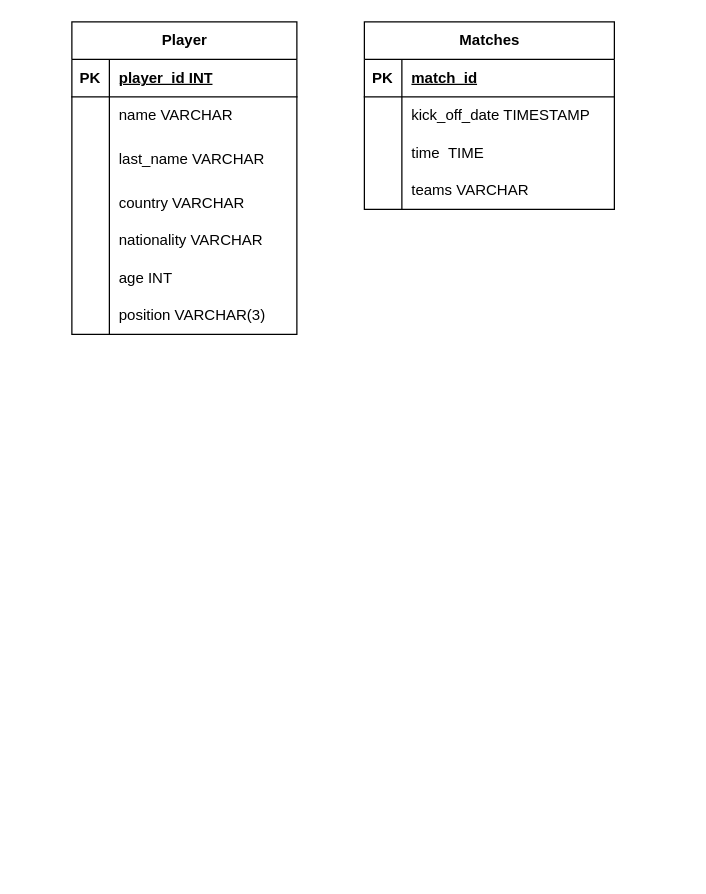
Before: db6.drawio in 539622RAR/db_6assingment, a draw.io diagram. Source tidied: cells renumbered, new cells numbered last; positions are measured from the earlier drawing's top-left corner, leaving out a move shared by most shapes. Both pictures are drawn from the tidied source at 125%, with x=0, y=0 at pixel (21, 21).
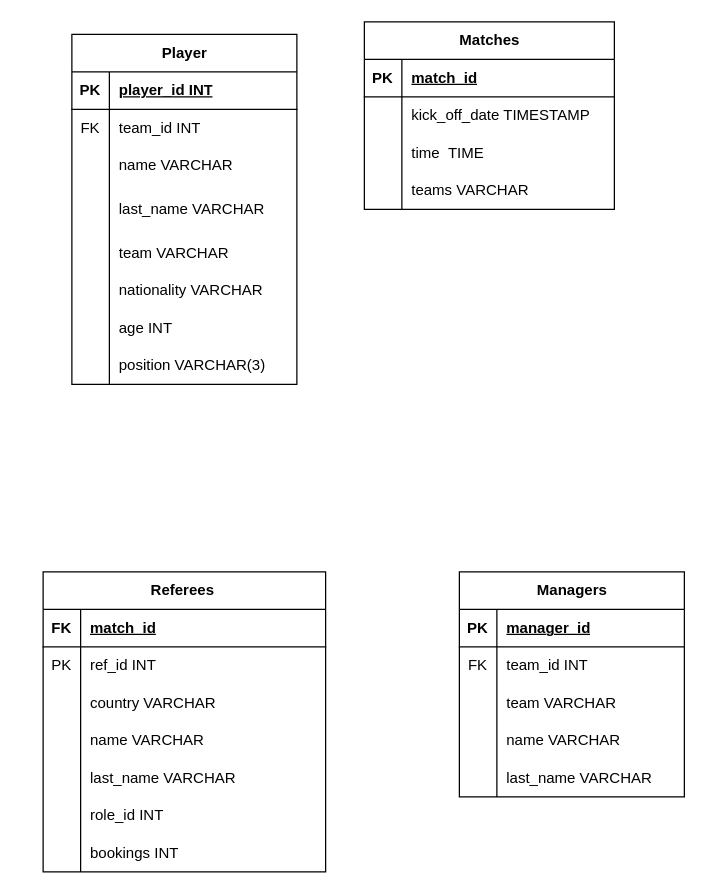
Above is the later version.

What changed in the source:
```diff
@@
     <mxCell id="6" value="Player" style="shape=table;startSize=30;childLayout=tableLayout;rowLines=0;fontStyle=1;align=center;html=1;" parent="1" vertex="1">
-      <mxGeometry x="40" width="180" height="250" as="geometry" />
+      <mxGeometry x="40" y="10" width="180" height="280" as="geometry" />
     </mxCell>
@@
+    <mxCell id="43" style="shape=tableRow;horizontal=0;startSize=0;swimlaneHead=0;swimlaneBody=0;fillColor=none;top=0;left=0;right=0;bottom=0;" parent="6" vertex="1">
+      <mxGeometry y="60" width="180" height="30" as="geometry" />
+    </mxCell>
+    <mxCell id="44" value="FK" style="shape=partialRectangle;fillColor=none;top=0;left=0;bottom=0;right=0;overflow=hidden;whiteSpace=wrap;html=1;" parent="43" vertex="1">
+      <mxGeometry width="30" height="30" as="geometry" />
+    </mxCell>
+    <mxCell id="45" value="team_id INT" style="shape=partialRectangle;fillColor=none;top=0;left=0;bottom=0;right=0;align=left;spacingLeft=6;overflow=hidden;whiteSpace=wrap;html=1;" parent="43" vertex="1">
+      <mxGeometry x="30" width="150" height="30" as="geometry" />
+    </mxCell>
     <mxCell id="10" style="shape=tableRow;horizontal=0;startSize=0;swimlaneHead=0;swimlaneBody=0;fillColor=none;top=0;left=0;right=0;bottom=0;" parent="6" vertex="1">
-      <mxGeometry y="60" width="180" height="30" as="geometry" />
+      <mxGeometry y="90" width="180" height="30" as="geometry" />
     </mxCell>
@@
     <mxCell id="13" style="shape=tableRow;horizontal=0;startSize=0;swimlaneHead=0;swimlaneBody=0;fillColor=none;top=0;left=0;right=0;bottom=0;" parent="6" vertex="1">
-      <mxGeometry y="90" width="180" height="40" as="geometry" />
+      <mxGeometry y="120" width="180" height="40" as="geometry" />
     </mxCell>
@@
     <mxCell id="16" style="shape=tableRow;horizontal=0;startSize=0;swimlaneHead=0;swimlaneBody=0;fillColor=none;top=0;left=0;right=0;bottom=0;" parent="6" vertex="1">
-      <mxGeometry y="130" width="180" height="30" as="geometry" />
+      <mxGeometry y="160" width="180" height="30" as="geometry" />
     </mxCell>
@@
-    <mxCell id="18" value="country VARCHAR" style="shape=partialRectangle;fillColor=none;top=0;left=0;bottom=0;right=0;align=left;spacingLeft=6;overflow=hidden;whiteSpace=wrap;html=1;" parent="16" vertex="1">
+    <mxCell id="18" value="team VARCHAR" style="shape=partialRectangle;fillColor=none;top=0;left=0;bottom=0;right=0;align=left;spacingLeft=6;overflow=hidden;whiteSpace=wrap;html=1;" parent="16" vertex="1">
       <mxGeometry x="30" width="150" height="30" as="geometry" />
     </mxCell>
     <mxCell id="19" style="shape=tableRow;horizontal=0;startSize=0;swimlaneHead=0;swimlaneBody=0;fillColor=none;top=0;left=0;right=0;bottom=0;" parent="6" vertex="1">
-      <mxGeometry y="160" width="180" height="30" as="geometry" />
+      <mxGeometry y="190" width="180" height="30" as="geometry" />
     </mxCell>
@@
     <mxCell id="22" style="shape=tableRow;horizontal=0;startSize=0;swimlaneHead=0;swimlaneBody=0;fillColor=none;top=0;left=0;right=0;bottom=0;" parent="6" vertex="1">
-      <mxGeometry y="190" width="180" height="30" as="geometry" />
+      <mxGeometry y="220" width="180" height="30" as="geometry" />
     </mxCell>
@@
     <mxCell id="25" style="shape=tableRow;horizontal=0;startSize=0;swimlaneHead=0;swimlaneBody=0;fillColor=none;top=0;left=0;right=0;bottom=0;" parent="6" vertex="1">
-      <mxGeometry y="220" width="180" height="30" as="geometry" />
+      <mxGeometry y="250" width="180" height="30" as="geometry" />
     </mxCell>
@@
+    <mxCell id="46" value="Referees&amp;nbsp;" style="shape=table;startSize=30;childLayout=tableLayout;rowLines=0;fontStyle=1;align=center;html=1;" parent="1" vertex="1">
+      <mxGeometry x="17" y="440" width="226" height="240" as="geometry" />
+    </mxCell>
+    <mxCell id="47" style="shape=tableRow;horizontal=0;startSize=0;swimlaneHead=0;swimlaneBody=0;fillColor=none;top=0;left=0;right=0;bottom=1;" parent="46" vertex="1">
+      <mxGeometry y="30" width="226" height="30" as="geometry" />
+    </mxCell>
+    <mxCell id="48" value="FK" style="shape=partialRectangle;fillColor=none;top=0;left=0;bottom=0;right=0;fontStyle=1;overflow=hidden;whiteSpace=wrap;html=1;" parent="47" vertex="1">
+      <mxGeometry width="30" height="30" as="geometry" />
+    </mxCell>
+    <mxCell id="49" value="match_id" style="shape=partialRectangle;fillColor=none;top=0;left=0;bottom=0;right=0;align=left;spacingLeft=6;fontStyle=5;overflow=hidden;whiteSpace=wrap;html=1;rowspan=1;" parent="47" vertex="1">
+      <mxGeometry x="30" width="196" height="30" as="geometry" />
+    </mxCell>
+    <mxCell id="50" style="shape=tableRow;horizontal=0;startSize=0;swimlaneHead=0;swimlaneBody=0;fillColor=none;top=0;left=0;right=0;bottom=0;" parent="46" vertex="1">
+      <mxGeometry y="60" width="226" height="30" as="geometry" />
+    </mxCell>
+    <mxCell id="51" value="PK" style="shape=partialRectangle;fillColor=none;top=0;left=0;bottom=0;right=0;overflow=hidden;whiteSpace=wrap;html=1;" parent="50" vertex="1">
+      <mxGeometry width="30" height="30" as="geometry" />
+    </mxCell>
+    <mxCell id="52" value="ref_id INT" style="shape=partialRectangle;fillColor=none;top=0;left=0;bottom=0;right=0;align=left;spacingLeft=6;overflow=hidden;whiteSpace=wrap;html=1;" parent="50" vertex="1">
+      <mxGeometry x="30" width="196" height="30" as="geometry" />
+    </mxCell>
+    <mxCell id="53" style="shape=tableRow;horizontal=0;startSize=0;swimlaneHead=0;swimlaneBody=0;fillColor=none;top=0;left=0;right=0;bottom=0;" parent="46" vertex="1">
+      <mxGeometry y="90" width="226" height="30" as="geometry" />
+    </mxCell>
+    <mxCell id="54" style="shape=partialRectangle;fillColor=none;top=0;left=0;bottom=0;right=0;overflow=hidden;whiteSpace=wrap;html=1;" parent="53" vertex="1">
+      <mxGeometry width="30" height="30" as="geometry" />
+    </mxCell>
+    <mxCell id="55" value="country VARCHAR" style="shape=partialRectangle;fillColor=none;top=0;left=0;bottom=0;right=0;align=left;spacingLeft=6;overflow=hidden;whiteSpace=wrap;html=1;" parent="53" vertex="1">
+      <mxGeometry x="30" width="196" height="30" as="geometry" />
+    </mxCell>
+    <mxCell id="56" style="shape=tableRow;horizontal=0;startSize=0;swimlaneHead=0;swimlaneBody=0;fillColor=none;top=0;left=0;right=0;bottom=0;" parent="46" vertex="1">
+      <mxGeometry y="120" width="226" height="30" as="geometry" />
+    </mxCell>
+    <mxCell id="57" style="shape=partialRectangle;fillColor=none;top=0;left=0;bottom=0;right=0;overflow=hidden;whiteSpace=wrap;html=1;" parent="56" vertex="1">
+      <mxGeometry width="30" height="30" as="geometry" />
+    </mxCell>
+    <mxCell id="58" value="name VARCHAR" style="shape=partialRectangle;fillColor=none;top=0;left=0;bottom=0;right=0;align=left;spacingLeft=6;overflow=hidden;whiteSpace=wrap;html=1;" parent="56" vertex="1">
+      <mxGeometry x="30" width="196" height="30" as="geometry" />
+    </mxCell>
+    <mxCell id="59" style="shape=tableRow;horizontal=0;startSize=0;swimlaneHead=0;swimlaneBody=0;fillColor=none;top=0;left=0;right=0;bottom=0;" parent="46" vertex="1">
+      <mxGeometry y="150" width="226" height="30" as="geometry" />
+    </mxCell>
+    <mxCell id="60" style="shape=partialRectangle;fillColor=none;top=0;left=0;bottom=0;right=0;overflow=hidden;whiteSpace=wrap;html=1;" parent="59" vertex="1">
+      <mxGeometry width="30" height="30" as="geometry" />
+    </mxCell>
+    <mxCell id="61" value="last_name VARCHAR" style="shape=partialRectangle;fillColor=none;top=0;left=0;bottom=0;right=0;align=left;spacingLeft=6;overflow=hidden;whiteSpace=wrap;html=1;" parent="59" vertex="1">
+      <mxGeometry x="30" width="196" height="30" as="geometry" />
+    </mxCell>
+    <mxCell id="62" style="shape=tableRow;horizontal=0;startSize=0;swimlaneHead=0;swimlaneBody=0;fillColor=none;top=0;left=0;right=0;bottom=0;" parent="46" vertex="1">
+      <mxGeometry y="180" width="226" height="30" as="geometry" />
+    </mxCell>
+    <mxCell id="63" style="shape=partialRectangle;fillColor=none;top=0;left=0;bottom=0;right=0;overflow=hidden;whiteSpace=wrap;html=1;" parent="62" vertex="1">
+      <mxGeometry width="30" height="30" as="geometry" />
+    </mxCell>
+    <mxCell id="64" value="role_id INT" style="shape=partialRectangle;fillColor=none;top=0;left=0;bottom=0;right=0;align=left;spacingLeft=6;overflow=hidden;whiteSpace=wrap;html=1;" parent="62" vertex="1">
+      <mxGeometry x="30" width="196" height="30" as="geometry" />
+    </mxCell>
+    <mxCell id="65" style="shape=tableRow;horizontal=0;startSize=0;swimlaneHead=0;swimlaneBody=0;fillColor=none;top=0;left=0;right=0;bottom=0;" parent="46" vertex="1">
+      <mxGeometry y="210" width="226" height="30" as="geometry" />
+    </mxCell>
+    <mxCell id="66" style="shape=partialRectangle;fillColor=none;top=0;left=0;bottom=0;right=0;overflow=hidden;whiteSpace=wrap;html=1;" parent="65" vertex="1">
+      <mxGeometry width="30" height="30" as="geometry" />
+    </mxCell>
+    <mxCell id="67" value="bookings INT" style="shape=partialRectangle;fillColor=none;top=0;left=0;bottom=0;right=0;align=left;spacingLeft=6;overflow=hidden;whiteSpace=wrap;html=1;" parent="65" vertex="1">
+      <mxGeometry x="30" width="196" height="30" as="geometry" />
+    </mxCell>
+    <mxCell id="68" value="Managers" style="shape=table;startSize=30;childLayout=tableLayout;rowLines=0;fontStyle=1;align=center;html=1;" parent="1" vertex="1">
+      <mxGeometry x="350" y="440" width="180" height="180" as="geometry" />
+    </mxCell>
+    <mxCell id="69" style="shape=tableRow;horizontal=0;startSize=0;swimlaneHead=0;swimlaneBody=0;fillColor=none;top=0;left=0;right=0;bottom=1;" parent="68" vertex="1">
+      <mxGeometry y="30" width="180" height="30" as="geometry" />
+    </mxCell>
+    <mxCell id="70" value="PK" style="shape=partialRectangle;fillColor=none;top=0;left=0;bottom=0;right=0;fontStyle=1;overflow=hidden;whiteSpace=wrap;html=1;" parent="69" vertex="1">
+      <mxGeometry width="30" height="30" as="geometry" />
+    </mxCell>
+    <mxCell id="71" value="manager_id" style="shape=partialRectangle;fillColor=none;top=0;left=0;bottom=0;right=0;align=left;spacingLeft=6;fontStyle=5;overflow=hidden;whiteSpace=wrap;html=1;" parent="69" vertex="1">
+      <mxGeometry x="30" width="150" height="30" as="geometry" />
+    </mxCell>
+    <mxCell id="72" style="shape=tableRow;horizontal=0;startSize=0;swimlaneHead=0;swimlaneBody=0;fillColor=none;top=0;left=0;right=0;bottom=0;" parent="68" vertex="1">
+      <mxGeometry y="60" width="180" height="30" as="geometry" />
+    </mxCell>
+    <mxCell id="73" value="FK" style="shape=partialRectangle;fillColor=none;top=0;left=0;bottom=0;right=0;overflow=hidden;whiteSpace=wrap;html=1;" parent="72" vertex="1">
+      <mxGeometry width="30" height="30" as="geometry" />
+    </mxCell>
+    <mxCell id="74" value="team_id INT" style="shape=partialRectangle;fillColor=none;top=0;left=0;bottom=0;right=0;align=left;spacingLeft=6;overflow=hidden;whiteSpace=wrap;html=1;" parent="72" vertex="1">
+      <mxGeometry x="30" width="150" height="30" as="geometry" />
+    </mxCell>
+    <mxCell id="75" style="shape=tableRow;horizontal=0;startSize=0;swimlaneHead=0;swimlaneBody=0;fillColor=none;top=0;left=0;right=0;bottom=0;" parent="68" vertex="1">
+      <mxGeometry y="90" width="180" height="30" as="geometry" />
+    </mxCell>
+    <mxCell id="76" style="shape=partialRectangle;fillColor=none;top=0;left=0;bottom=0;right=0;overflow=hidden;whiteSpace=wrap;html=1;" parent="75" vertex="1">
+      <mxGeometry width="30" height="30" as="geometry" />
+    </mxCell>
+    <mxCell id="77" value="team VARCHAR" style="shape=partialRectangle;fillColor=none;top=0;left=0;bottom=0;right=0;align=left;spacingLeft=6;overflow=hidden;whiteSpace=wrap;html=1;" parent="75" vertex="1">
+      <mxGeometry x="30" width="150" height="30" as="geometry" />
+    </mxCell>
+    <mxCell id="78" style="shape=tableRow;horizontal=0;startSize=0;swimlaneHead=0;swimlaneBody=0;fillColor=none;top=0;left=0;right=0;bottom=0;" parent="68" vertex="1">
+      <mxGeometry y="120" width="180" height="30" as="geometry" />
+    </mxCell>
+    <mxCell id="79" style="shape=partialRectangle;fillColor=none;top=0;left=0;bottom=0;right=0;overflow=hidden;whiteSpace=wrap;html=1;" parent="78" vertex="1">
+      <mxGeometry width="30" height="30" as="geometry" />
+    </mxCell>
+    <mxCell id="80" value="name VARCHAR" style="shape=partialRectangle;fillColor=none;top=0;left=0;bottom=0;right=0;align=left;spacingLeft=6;overflow=hidden;whiteSpace=wrap;html=1;" parent="78" vertex="1">
+      <mxGeometry x="30" width="150" height="30" as="geometry" />
+    </mxCell>
+    <mxCell id="81" style="shape=tableRow;horizontal=0;startSize=0;swimlaneHead=0;swimlaneBody=0;fillColor=none;top=0;left=0;right=0;bottom=0;" parent="68" vertex="1">
+      <mxGeometry y="150" width="180" height="30" as="geometry" />
+    </mxCell>
+    <mxCell id="82" style="shape=partialRectangle;fillColor=none;top=0;left=0;bottom=0;right=0;overflow=hidden;whiteSpace=wrap;html=1;" parent="81" vertex="1">
+      <mxGeometry width="30" height="30" as="geometry" />
+    </mxCell>
+    <mxCell id="83" value="last_name VARCHAR" style="shape=partialRectangle;fillColor=none;top=0;left=0;bottom=0;right=0;align=left;spacingLeft=6;overflow=hidden;whiteSpace=wrap;html=1;" parent="81" vertex="1">
+      <mxGeometry x="30" width="150" height="30" as="geometry" />
+    </mxCell>
```
